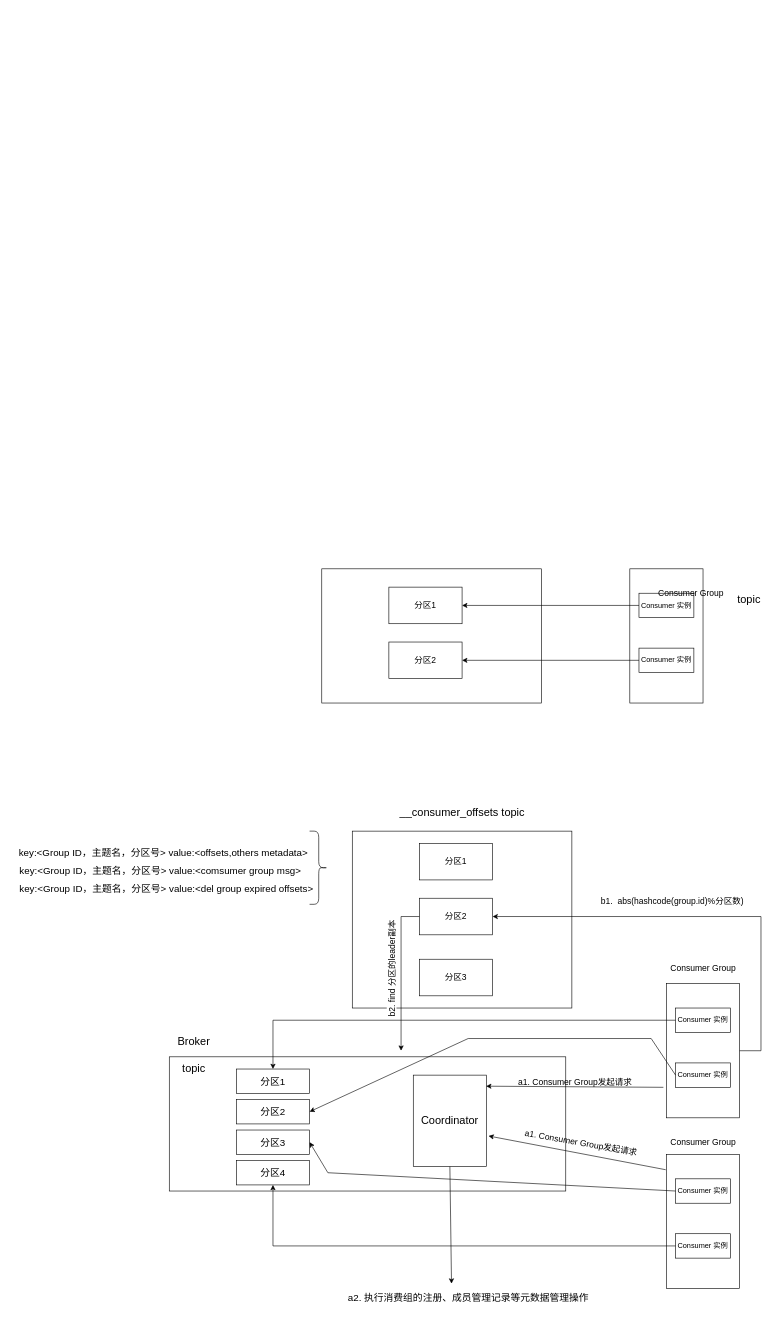
The draw.io diagram drawio/mq/kafka/kafka-rebalance.drawio in guitarock/my-pics, before the edit. Source tidied: cells renumbered, new cells numbered last; positions are measured from the earlier drawing's top-left corner, leaving out a move shared by most shapes. Both pictures are drawn from the tidied source at 61%, with x=0, y=0 at pixel (10, 569).
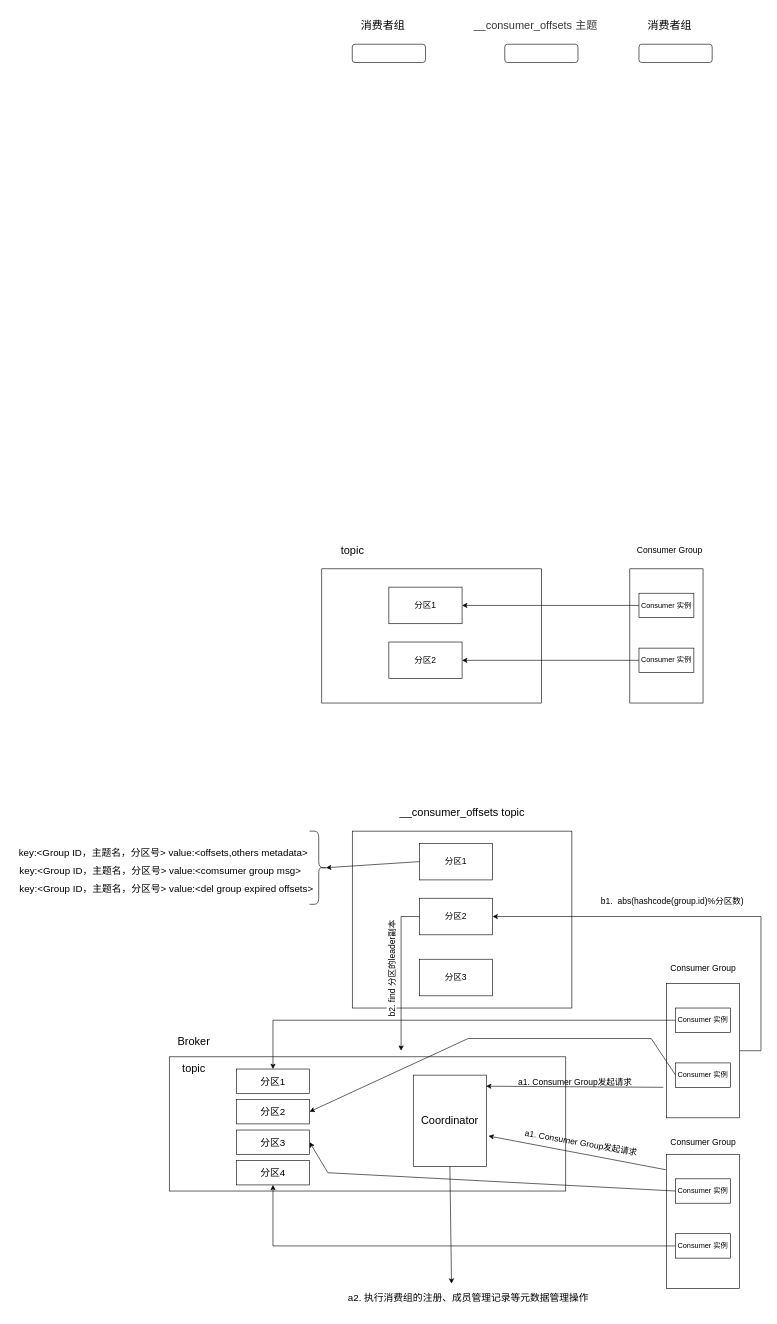
The same page after the edit.

The change refers to these unchanged cells:
```xml
<mxCell id="26" value="分区1" style="rounded=0;whiteSpace=wrap;html=1;fontSize=14;" parent="1" vertex="1">
  <mxGeometry x="670" y="450" width="120" height="60" as="geometry" />
</mxCell>
<mxCell id="50" style="shape=curlyBracket;whiteSpace=wrap;html=1;rounded=1;flipH=1;fontSize=16;size=0.5;" parent="1" vertex="1">
  <mxGeometry x="490" y="430" width="30" height="120" as="geometry" />
</mxCell>
```

Diff of the diagram source:
```diff
@@
     <mxCell id="6" value="&lt;article data-content=&quot;[{&amp;quot;type&amp;quot;:&amp;quot;block&amp;quot;,&amp;quot;id&amp;quot;:&amp;quot;pvip-1661261883332&amp;quot;,&amp;quot;name&amp;quot;:&amp;quot;paragraph&amp;quot;,&amp;quot;data&amp;quot;:{&amp;quot;version&amp;quot;:1},&amp;quot;nodes&amp;quot;:[{&amp;quot;type&amp;quot;:&amp;quot;text&amp;quot;,&amp;quot;id&amp;quot;:&amp;quot;5fh9-1661261883331&amp;quot;,&amp;quot;leaves&amp;quot;:[{&amp;quot;text&amp;quot;:&amp;quot;Consumer&amp;nbsp;Group&amp;quot;,&amp;quot;marks&amp;quot;:[{&amp;quot;type&amp;quot;:&amp;quot;fontSize&amp;quot;,&amp;quot;value&amp;quot;:18}]}]}],&amp;quot;state&amp;quot;:{}}]&quot;&gt;&lt;div style=&quot;line-height: 1.75; text-align: left;&quot;&gt;&lt;font style=&quot;font-size: 14px;&quot;&gt;Consumer Group&lt;/font&gt;&lt;/div&gt;&lt;/article&gt;" style="text;html=1;align=center;verticalAlign=middle;fillColor=none;strokeColor=none;rounded=0;" parent="1" vertex="1">
-      <mxGeometry x="1050" y="20" width="130" height="40" as="geometry" />
+      <mxGeometry x="1015" y="-50" width="130" height="40" as="geometry" />
     </mxCell>
@@
     <mxCell id="9" value="&lt;font style=&quot;font-size: 18px;&quot;&gt;topic&lt;/font&gt;" style="text;html=1;align=center;verticalAlign=middle;fillColor=none;strokeColor=none;rounded=0;fontSize=12;" parent="1" vertex="1">
-      <mxGeometry x="1180" y="30" width="60" height="40" as="geometry" />
+      <mxGeometry x="530" y="-50" width="60" height="40" as="geometry" />
     </mxCell>
@@
+    <mxCell id="51" style="edgeStyle=none;jettySize=auto;html=1;rounded=0;fontSize=16;exitX=0;exitY=0.5;exitDx=0;exitDy=0;entryX=0.1;entryY=0.5;entryDx=0;entryDy=0;entryPerimeter=0;" parent="1" edge="1" source="26" target="50">
+      <mxGeometry relative="1" as="geometry" />
+    </mxCell>
+    <mxCell id="52" style="rounded=1;whiteSpace=wrap;html=1;fontSize=16;" parent="1" vertex="1">
+      <mxGeometry x="560" y="-860" width="120" height="30" as="geometry" />
+    </mxCell>
+    <mxCell id="53" value="&lt;font style=&quot;font-size: 18px;&quot;&gt;消费者组&lt;/font&gt;" style="text;html=1;align=center;verticalAlign=middle;fillColor=none;strokeColor=none;rounded=0;fontSize=16;" parent="1" vertex="1">
+      <mxGeometry x="560" y="-910" width="100" height="40" as="geometry" />
+    </mxCell>
+    <mxCell id="54" style="rounded=1;whiteSpace=wrap;html=1;fontSize=16;" parent="1" vertex="1">
+      <mxGeometry x="810" y="-860" width="120" height="30" as="geometry" />
+    </mxCell>
+    <mxCell id="55" value="&lt;article data-content=&quot;[{&amp;quot;type&amp;quot;:&amp;quot;block&amp;quot;,&amp;quot;id&amp;quot;:&amp;quot;TMP3-1661419501181&amp;quot;,&amp;quot;name&amp;quot;:&amp;quot;paragraph&amp;quot;,&amp;quot;data&amp;quot;:{&amp;quot;style&amp;quot;:{},&amp;quot;version&amp;quot;:1},&amp;quot;nodes&amp;quot;:[{&amp;quot;type&amp;quot;:&amp;quot;text&amp;quot;,&amp;quot;id&amp;quot;:&amp;quot;rdpH-1661419501180&amp;quot;,&amp;quot;leaves&amp;quot;:[{&amp;quot;text&amp;quot;:&amp;quot;__consumer_offsets&amp;quot;,&amp;quot;marks&amp;quot;:[{&amp;quot;type&amp;quot;:&amp;quot;bold&amp;quot;},{&amp;quot;type&amp;quot;:&amp;quot;color&amp;quot;,&amp;quot;value&amp;quot;:&amp;quot;#353535&amp;quot;},{&amp;quot;type&amp;quot;:&amp;quot;fontSize&amp;quot;,&amp;quot;value&amp;quot;:18}]}]}],&amp;quot;state&amp;quot;:{}}]&quot;&gt;&lt;div style=&quot;line-height: 1.75; font-size: 14px; text-align: left;&quot;&gt;&lt;span style=&quot;color: rgb(53, 53, 53); font-size: 18px;&quot;&gt;__consumer_offsets 主题&lt;/span&gt;&lt;/div&gt;&lt;/article&gt;" style="text;html=1;align=center;verticalAlign=middle;fillColor=none;strokeColor=none;rounded=0;fontSize=16;" parent="1" vertex="1">
+      <mxGeometry x="745" y="-915" width="230" height="50" as="geometry" />
+    </mxCell>
+    <mxCell id="56" style="rounded=1;whiteSpace=wrap;html=1;fontSize=16;" parent="1" vertex="1">
+      <mxGeometry x="1030" y="-860" width="120" height="30" as="geometry" />
+    </mxCell>
+    <mxCell id="57" value="&lt;font style=&quot;font-size: 18px;&quot;&gt;消费者组&lt;/font&gt;" style="text;html=1;align=center;verticalAlign=middle;fillColor=none;strokeColor=none;rounded=0;fontSize=16;" parent="1" vertex="1">
+      <mxGeometry x="1030" y="-910" width="100" height="40" as="geometry" />
+    </mxCell>
```
